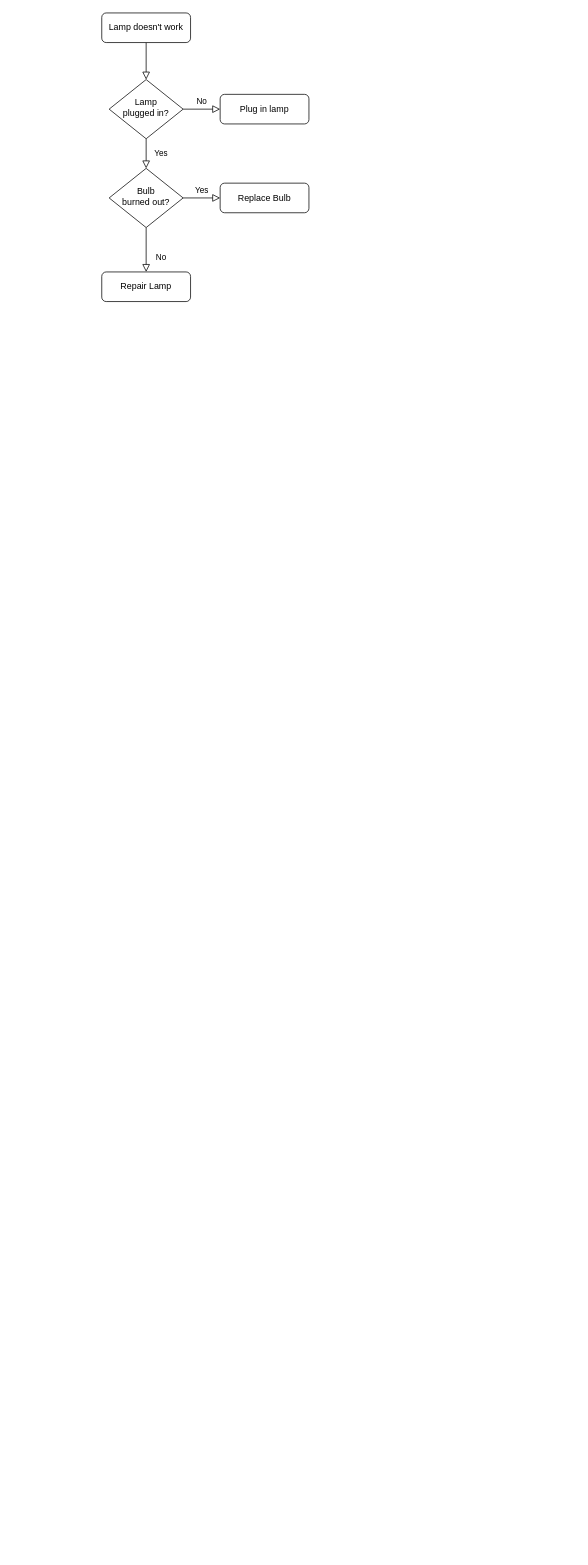
lihema/lihemahome keeps this draw.io diagram as 商品排期采购价交互.drawio. Above is the earlier version. Source tidied: cells renumbered, new cells numbered last; positions are measured from the earlier drawing's top-left corner, leaving out a move shared by most shapes. Both pictures are drawn from the tidied source at 74%, with x=0, y=0 at pixel (101, 13).
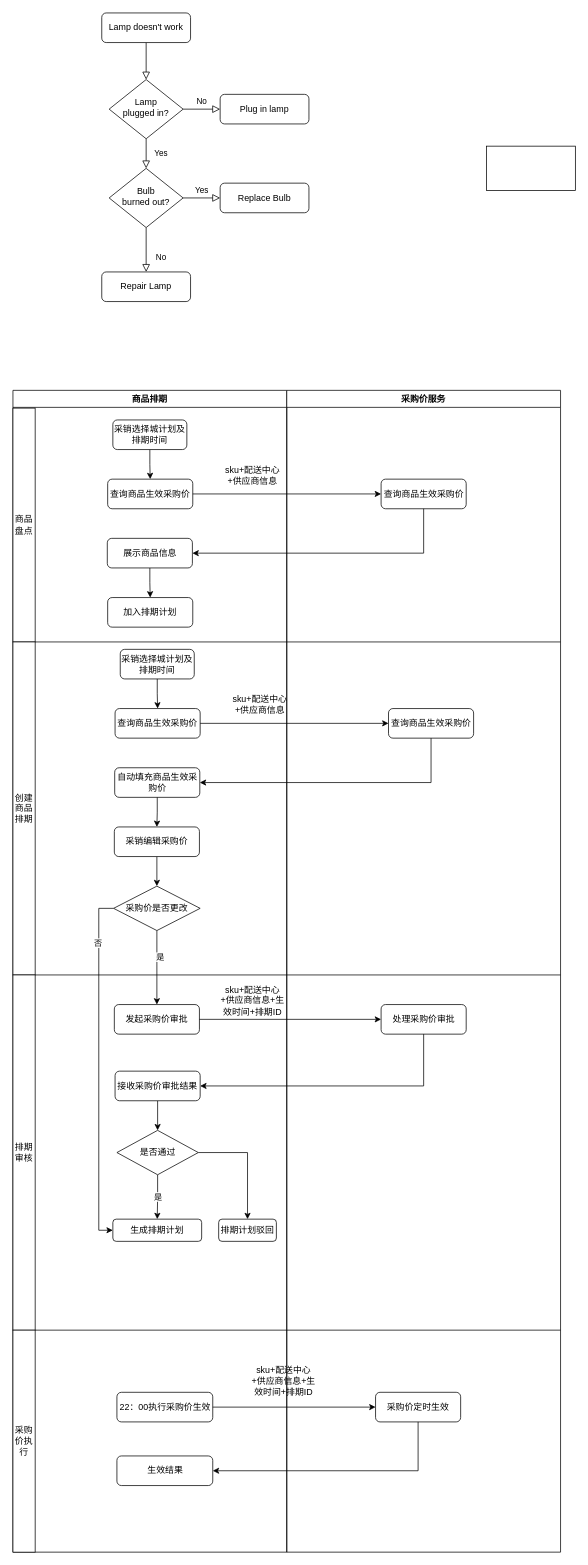
The same page after the edit.

Commit message (it also covers changes not shown here):
更新商品排期采购价交互.drawio

The edit, as a diff of the source:
```diff
@@
+    <mxCell id="13" value="商品排期" style="swimlane;" parent="1" vertex="1">
+      <mxGeometry x="-120" y="510" width="370" height="1570" as="geometry" />
+    </mxCell>
+    <mxCell id="14" value="商品盘点" style="rounded=0;whiteSpace=wrap;html=1;" parent="13" vertex="1">
+      <mxGeometry y="24" width="30" height="316" as="geometry" />
+    </mxCell>
+    <mxCell id="15" style="edgeStyle=orthogonalEdgeStyle;rounded=0;jettySize=auto;html=1;" parent="13" edge="1" source="16" target="17">
+      <mxGeometry relative="1" as="geometry" />
+    </mxCell>
+    <mxCell id="16" value="采销选择城计划及排期时间" style="rounded=1;whiteSpace=wrap;html=1;" parent="13" vertex="1">
+      <mxGeometry x="135" y="40" width="100" height="40" as="geometry" />
+    </mxCell>
+    <mxCell id="17" value="查询商品生效采购价" style="rounded=1;whiteSpace=wrap;html=1;" parent="13" vertex="1">
+      <mxGeometry x="128" y="120" width="115" height="40" as="geometry" />
+    </mxCell>
+    <mxCell id="18" style="edgeStyle=orthogonalEdgeStyle;rounded=0;jettySize=auto;html=1;" parent="13" edge="1" source="19" target="22">
+      <mxGeometry relative="1" as="geometry" />
+    </mxCell>
+    <mxCell id="19" value="展示商品信息" style="rounded=1;whiteSpace=wrap;html=1;" parent="13" vertex="1">
+      <mxGeometry x="127.5" y="200" width="115" height="40" as="geometry" />
+    </mxCell>
+    <mxCell id="20" value="sku+配送中心+供应商信息" style="text;html=1;strokeColor=none;fillColor=none;align=center;verticalAlign=middle;whiteSpace=wrap;rounded=0;" parent="13" vertex="1">
+      <mxGeometry x="278" y="100" width="92" height="30" as="geometry" />
+    </mxCell>
+    <mxCell id="21" value="创建商品排期" style="rounded=0;whiteSpace=wrap;html=1;" parent="13" vertex="1">
+      <mxGeometry y="340" width="30" height="450" as="geometry" />
+    </mxCell>
+    <mxCell id="22" value="加入排期计划" style="rounded=1;whiteSpace=wrap;html=1;" parent="13" vertex="1">
+      <mxGeometry x="128" y="280" width="115" height="40" as="geometry" />
+    </mxCell>
+    <mxCell id="23" style="edgeStyle=orthogonalEdgeStyle;rounded=0;orthogonalLoop=1;jettySize=auto;html=1;endArrow=none;endFill=0;" parent="13" edge="1">
+      <mxGeometry relative="1" as="geometry">
+        <mxPoint x="30" y="340" as="sourcePoint" />
+        <mxPoint x="740" y="340" as="targetPoint" />
+      </mxGeometry>
+    </mxCell>
+    <mxCell id="24" value="排期审核" style="rounded=0;whiteSpace=wrap;html=1;" parent="13" vertex="1">
+      <mxGeometry y="790" width="30" height="480" as="geometry" />
+    </mxCell>
+    <mxCell id="25" style="edgeStyle=orthogonalEdgeStyle;rounded=0;jettySize=auto;html=1;endArrow=classic;endFill=1;" parent="13" edge="1" source="26" target="32">
+      <mxGeometry relative="1" as="geometry" />
+    </mxCell>
+    <mxCell id="26" value="采销编辑采购价" style="rounded=1;whiteSpace=wrap;html=1;" parent="13" vertex="1">
+      <mxGeometry x="137" y="590" width="115" height="40" as="geometry" />
+    </mxCell>
+    <mxCell id="27" style="edgeStyle=orthogonalEdgeStyle;rounded=0;orthogonalLoop=1;jettySize=auto;html=1;endArrow=none;endFill=0;" parent="13" edge="1">
+      <mxGeometry relative="1" as="geometry">
+        <mxPoint x="30" y="790" as="sourcePoint" />
+        <mxPoint x="740" y="790" as="targetPoint" />
+      </mxGeometry>
+    </mxCell>
+    <mxCell id="28" style="edgeStyle=orthogonalEdgeStyle;rounded=0;jettySize=auto;html=1;endArrow=classic;endFill=1;" parent="13" edge="1" source="32" target="33">
+      <mxGeometry relative="1" as="geometry" />
+    </mxCell>
+    <mxCell id="29" value="是" style="edgeLabel;html=1;align=center;verticalAlign=middle;" parent="28" vertex="1">
+      <mxGeometry x="-0.3" y="4" relative="1" as="geometry" />
+    </mxCell>
+    <mxCell id="30" style="edgeStyle=orthogonalEdgeStyle;rounded=0;jettySize=auto;html=1;entryX=0;entryY=0.5;entryDx=0;entryDy=0;endArrow=classic;endFill=1;exitX=0;exitY=0.5;exitDx=0;exitDy=0;" parent="13" edge="1" source="32" target="40">
+      <mxGeometry relative="1" as="geometry" />
+    </mxCell>
+    <mxCell id="31" value="否" style="edgeLabel;html=1;align=center;verticalAlign=middle;" parent="30" vertex="1">
+      <mxGeometry x="-0.72" y="-2" relative="1" as="geometry" />
+    </mxCell>
+    <mxCell id="32" value="采购价是否更改" style="rhombus;whiteSpace=wrap;html=1;" parent="13" vertex="1">
+      <mxGeometry x="136" y="670" width="117" height="60" as="geometry" />
+    </mxCell>
+    <mxCell id="33" value="发起采购价审批" style="rounded=1;whiteSpace=wrap;html=1;" parent="13" vertex="1">
+      <mxGeometry x="137" y="830" width="115" height="40" as="geometry" />
+    </mxCell>
+    <mxCell id="34" style="edgeStyle=orthogonalEdgeStyle;rounded=0;jettySize=auto;html=1;endArrow=classic;endFill=1;" parent="13" edge="1" source="35" target="39">
+      <mxGeometry relative="1" as="geometry" />
+    </mxCell>
+    <mxCell id="35" value="接收采购价审批结果" style="rounded=1;whiteSpace=wrap;html=1;" parent="13" vertex="1">
+      <mxGeometry x="138" y="920" width="115" height="40" as="geometry" />
+    </mxCell>
+    <mxCell id="36" value="sku+配送中心+供应商信息+生效时间+排期ID" style="text;html=1;strokeColor=none;fillColor=none;align=center;verticalAlign=middle;whiteSpace=wrap;rounded=0;" parent="13" vertex="1">
+      <mxGeometry x="278" y="810" width="92" height="30" as="geometry" />
+    </mxCell>
+    <mxCell id="37" value="是" style="edgeStyle=orthogonalEdgeStyle;rounded=0;jettySize=auto;html=1;endArrow=classic;endFill=1;" parent="13" edge="1" source="39" target="40">
+      <mxGeometry relative="1" as="geometry" />
+    </mxCell>
+    <mxCell id="38" style="edgeStyle=orthogonalEdgeStyle;rounded=0;jettySize=auto;html=1;entryX=0.5;entryY=0;entryDx=0;entryDy=0;endArrow=classic;endFill=1;" parent="13" edge="1" source="39" target="41">
+      <mxGeometry relative="1" as="geometry" />
+    </mxCell>
+    <mxCell id="39" value="是否通过" style="rhombus;whiteSpace=wrap;html=1;" parent="13" vertex="1">
+      <mxGeometry x="140.5" y="1000" width="110" height="60" as="geometry" />
+    </mxCell>
+    <mxCell id="40" value="生成排期计划" style="rounded=1;whiteSpace=wrap;html=1;" parent="13" vertex="1">
+      <mxGeometry x="135" y="1120" width="120" height="30" as="geometry" />
+    </mxCell>
+    <mxCell id="41" value="排期计划驳回" style="rounded=1;whiteSpace=wrap;html=1;" parent="13" vertex="1">
+      <mxGeometry x="278" y="1120" width="78" height="30" as="geometry" />
+    </mxCell>
+    <mxCell id="42" value="采购价执行" style="rounded=0;whiteSpace=wrap;html=1;" parent="13" vertex="1">
+      <mxGeometry y="1270" width="30" height="300" as="geometry" />
+    </mxCell>
+    <mxCell id="43" value="22：00执行采购价生效" style="rounded=1;whiteSpace=wrap;html=1;" parent="13" vertex="1">
+      <mxGeometry x="140.5" y="1354" width="129.5" height="40" as="geometry" />
+    </mxCell>
+    <mxCell id="44" value="sku+配送中心+供应商信息+生效时间+排期ID" style="text;html=1;strokeColor=none;fillColor=none;align=center;verticalAlign=middle;whiteSpace=wrap;rounded=0;" parent="13" vertex="1">
+      <mxGeometry x="320" y="1324" width="92" height="30" as="geometry" />
+    </mxCell>
+    <mxCell id="45" value="生效结果" style="rounded=1;whiteSpace=wrap;html=1;" parent="13" vertex="1">
+      <mxGeometry x="140.5" y="1440" width="129.5" height="40" as="geometry" />
+    </mxCell>
+    <mxCell id="46" value="采购价服务" style="swimlane;" parent="1" vertex="1">
+      <mxGeometry x="250" y="510" width="370" height="1570" as="geometry" />
+    </mxCell>
+    <mxCell id="47" value="查询商品生效采购价" style="rounded=1;whiteSpace=wrap;html=1;" parent="46" vertex="1">
+      <mxGeometry x="127.5" y="120" width="115" height="40" as="geometry" />
+    </mxCell>
+    <mxCell id="48" value="采销选择城计划及排期时间" style="rounded=1;whiteSpace=wrap;html=1;" parent="46" vertex="1">
+      <mxGeometry x="-225" y="350" width="100" height="40" as="geometry" />
+    </mxCell>
+    <mxCell id="49" value="查询商品生效采购价" style="rounded=1;whiteSpace=wrap;html=1;" parent="46" vertex="1">
+      <mxGeometry x="-232" y="430" width="115" height="40" as="geometry" />
+    </mxCell>
+    <mxCell id="50" style="edgeStyle=orthogonalEdgeStyle;rounded=0;jettySize=auto;html=1;" parent="46" edge="1" source="48" target="49">
+      <mxGeometry relative="1" as="geometry" />
+    </mxCell>
+    <mxCell id="51" value="自动填充商品生效采购价" style="rounded=1;whiteSpace=wrap;html=1;" parent="46" vertex="1">
+      <mxGeometry x="-232.5" y="510" width="115" height="40" as="geometry" />
+    </mxCell>
+    <mxCell id="52" value="sku+配送中心+供应商信息" style="text;html=1;strokeColor=none;fillColor=none;align=center;verticalAlign=middle;whiteSpace=wrap;rounded=0;" parent="46" vertex="1">
+      <mxGeometry x="-82" y="410" width="92" height="30" as="geometry" />
+    </mxCell>
+    <mxCell id="53" value="查询商品生效采购价" style="rounded=1;whiteSpace=wrap;html=1;" parent="46" vertex="1">
+      <mxGeometry x="137.5" y="430" width="115" height="40" as="geometry" />
+    </mxCell>
+    <mxCell id="54" style="edgeStyle=orthogonalEdgeStyle;rounded=0;jettySize=auto;html=1;entryX=0;entryY=0.5;entryDx=0;entryDy=0;" parent="46" edge="1" source="49" target="53">
+      <mxGeometry relative="1" as="geometry" />
+    </mxCell>
+    <mxCell id="55" style="edgeStyle=orthogonalEdgeStyle;rounded=0;jettySize=auto;html=1;entryX=1;entryY=0.5;entryDx=0;entryDy=0;exitX=0.5;exitY=1;exitDx=0;exitDy=0;" parent="46" edge="1" source="53" target="51">
+      <mxGeometry relative="1" as="geometry" />
+    </mxCell>
+    <mxCell id="56" value="处理采购价审批" style="rounded=1;whiteSpace=wrap;html=1;" parent="46" vertex="1">
+      <mxGeometry x="127.5" y="830" width="115" height="40" as="geometry" />
+    </mxCell>
+    <mxCell id="57" style="edgeStyle=orthogonalEdgeStyle;rounded=0;orthogonalLoop=1;jettySize=auto;html=1;endArrow=none;endFill=0;" parent="46" edge="1">
+      <mxGeometry relative="1" as="geometry">
+        <mxPoint x="-340" y="1270" as="sourcePoint" />
+        <mxPoint x="370" y="1270" as="targetPoint" />
+      </mxGeometry>
+    </mxCell>
+    <mxCell id="58" value="采购价定时生效" style="rounded=1;whiteSpace=wrap;html=1;" parent="46" vertex="1">
+      <mxGeometry x="120" y="1354" width="115" height="40" as="geometry" />
+    </mxCell>
+    <mxCell id="59" style="rounded=0;whiteSpace=wrap;html=1;" parent="1" vertex="1">
+      <mxGeometry x="520" y="180" width="120" height="60" as="geometry" />
+    </mxCell>
+    <mxCell id="60" style="edgeStyle=orthogonalEdgeStyle;rounded=0;jettySize=auto;html=1;entryX=0;entryY=0.5;entryDx=0;entryDy=0;" parent="1" edge="1" source="17" target="47">
+      <mxGeometry relative="1" as="geometry" />
+    </mxCell>
+    <mxCell id="61" style="edgeStyle=orthogonalEdgeStyle;rounded=0;jettySize=auto;html=1;entryX=1;entryY=0.5;entryDx=0;entryDy=0;exitX=0.5;exitY=1;exitDx=0;exitDy=0;" parent="1" edge="1" source="47" target="19">
+      <mxGeometry relative="1" as="geometry" />
+    </mxCell>
+    <mxCell id="62" style="edgeStyle=orthogonalEdgeStyle;rounded=0;jettySize=auto;html=1;endArrow=classic;endFill=1;" parent="1" edge="1" source="51" target="26">
+      <mxGeometry relative="1" as="geometry" />
+    </mxCell>
+    <mxCell id="63" style="edgeStyle=orthogonalEdgeStyle;rounded=0;jettySize=auto;html=1;entryX=0;entryY=0.5;entryDx=0;entryDy=0;endArrow=classic;endFill=1;" parent="1" edge="1" source="33" target="56">
+      <mxGeometry relative="1" as="geometry" />
+    </mxCell>
+    <mxCell id="64" style="edgeStyle=orthogonalEdgeStyle;rounded=0;jettySize=auto;html=1;entryX=1;entryY=0.5;entryDx=0;entryDy=0;endArrow=classic;endFill=1;exitX=0.5;exitY=1;exitDx=0;exitDy=0;" parent="1" edge="1" source="56" target="35">
+      <mxGeometry relative="1" as="geometry" />
+    </mxCell>
+    <mxCell id="65" style="edgeStyle=orthogonalEdgeStyle;rounded=0;jettySize=auto;html=1;entryX=0;entryY=0.5;entryDx=0;entryDy=0;endArrow=classic;endFill=1;" parent="1" edge="1" source="43" target="58">
+      <mxGeometry relative="1" as="geometry" />
+    </mxCell>
+    <mxCell id="66" style="edgeStyle=orthogonalEdgeStyle;rounded=0;jettySize=auto;html=1;endArrow=classic;endFill=1;exitX=0.5;exitY=1;exitDx=0;exitDy=0;" parent="1" edge="1" source="58">
+      <mxGeometry relative="1" as="geometry">
+        <mxPoint x="150" y="1970" as="targetPoint" />
+        <Array as="points">
+          <mxPoint x="428" y="1970" />
+          <mxPoint x="150" y="1970" />
+        </Array>
+      </mxGeometry>
+    </mxCell>
```
